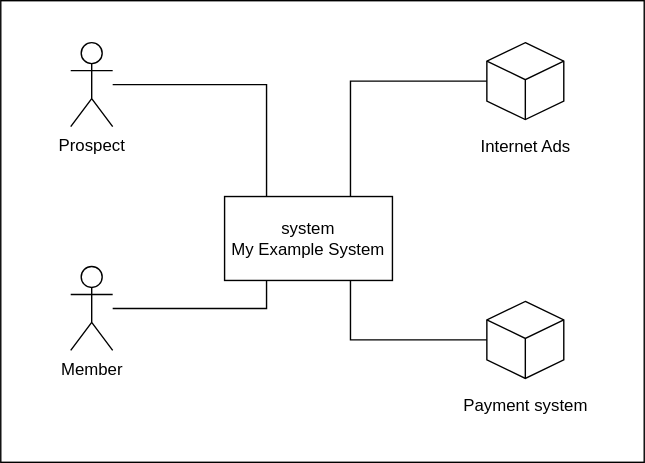
Above: documentation/diagrams/Systemcontext-diagram.svg in smartkanak/markdown-doc (draw.io), before the change. Source tidied: cells renumbered, new cells last; positions are measured from the earlier drawing's top-left corner, leaving out a move shared by most shapes.
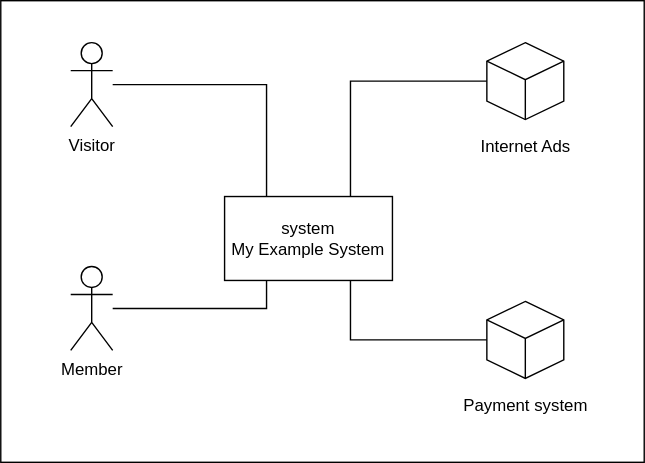
Later version of the same file.

Commit message:
change actor name to visitor in diagram

The edit, as a diff of the source:
```diff
@@ -11,7 +11,7 @@
     <mxCell id="4" style="edgeStyle=orthogonalEdgeStyle;rounded=0;jettySize=auto;html=1;entryX=0.25;entryY=0;entryDx=0;entryDy=0;endArrow=none;endFill=0;" parent="1" edge="1" source="5" target="3">
       <mxGeometry relative="1" as="geometry" />
     </mxCell>
-    <mxCell id="5" value="Prospect" style="shape=umlActor;verticalLabelPosition=bottom;verticalAlign=top;html=1;outlineConnect=0;" parent="1" vertex="1">
+    <mxCell id="5" value="Visitor" style="shape=umlActor;verticalLabelPosition=bottom;verticalAlign=top;html=1;outlineConnect=0;" parent="1" vertex="1">
       <mxGeometry x="50" y="30" width="30" height="60" as="geometry" />
     </mxCell>
     <mxCell id="6" style="edgeStyle=orthogonalEdgeStyle;rounded=0;jettySize=auto;html=1;entryX=0.25;entryY=1;entryDx=0;entryDy=0;endArrow=none;endFill=0;" parent="1" edge="1" source="7" target="3">
```
